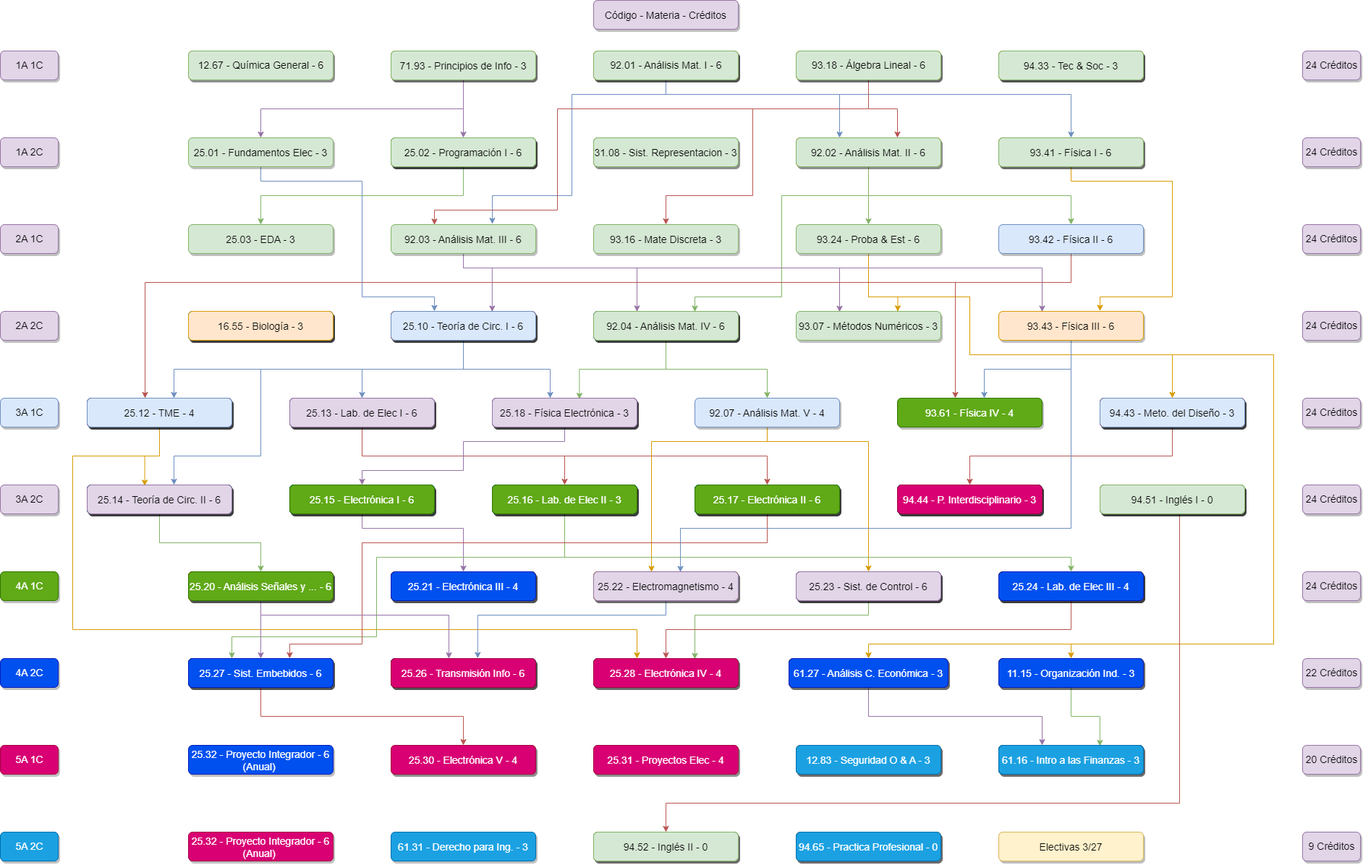
Earlier version of the draw.io export K22.drawio.png (juanipla/K22). Source tidied: cells renumbered, new cells last; positions are measured from the earlier drawing's top-left corner, leaving out a move shared by most shapes.
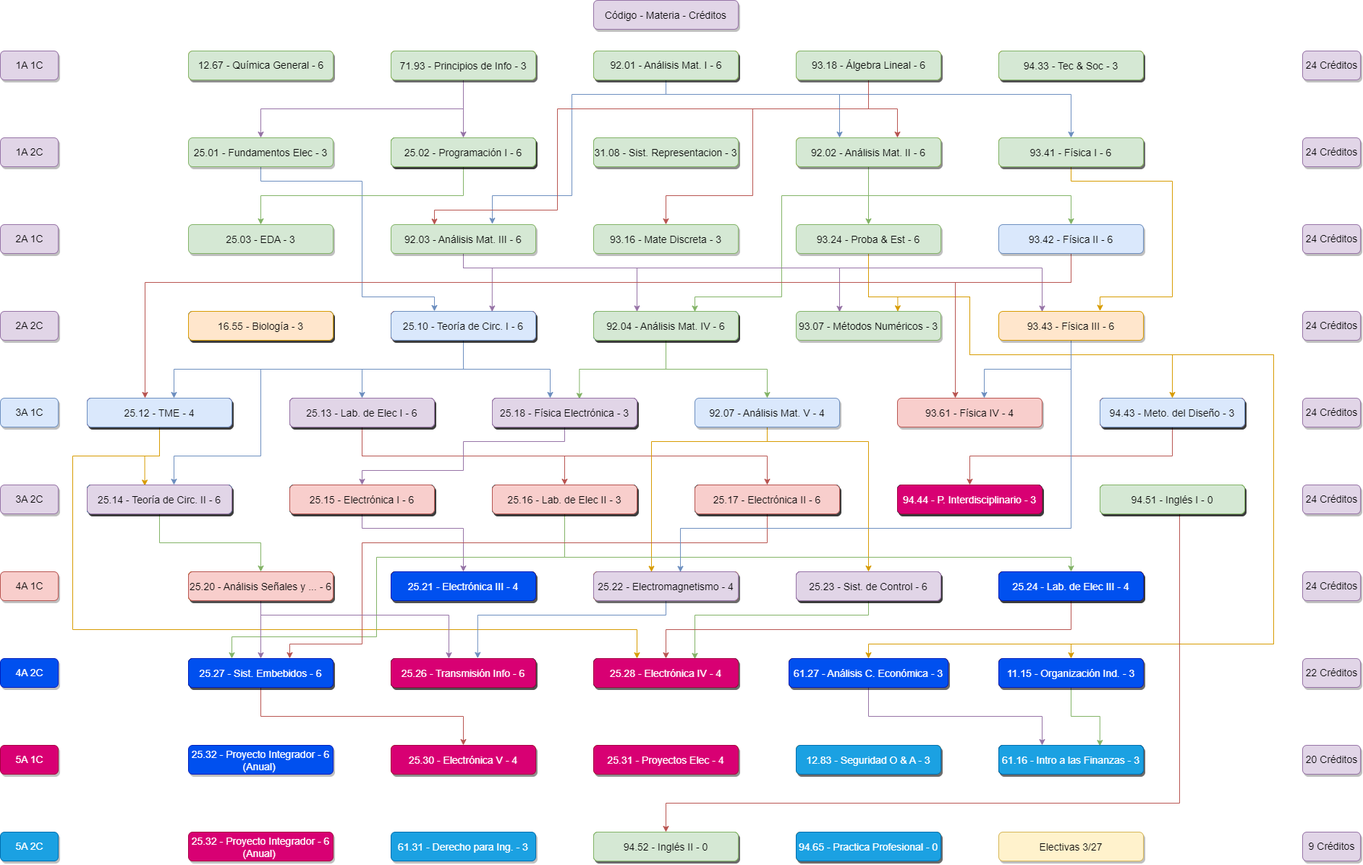
After the change.

What changed in the source:
```diff
@@ -277,7 +277,7 @@
     <mxCell id="47" value="3A 2C" style="rounded=1;fillColor=#e1d5e7;strokeColor=#9673a6;shadow=1;fontStyle=0;fontSize=14;labelBorderColor=none;labelBackgroundColor=none;html=1;" parent="1" vertex="1">
       <mxGeometry y="670" width="80" height="40" as="geometry" />
     </mxCell>
-    <mxCell id="48" value="4A 1C" style="rounded=1;fillColor=#60a917;strokeColor=#2D7600;shadow=1;fontStyle=0;fontSize=14;labelBorderColor=none;labelBackgroundColor=none;html=1;fontColor=#ffffff;" parent="1" vertex="1">
+    <mxCell id="48" value="4A 1C" style="rounded=1;fillColor=#f8cecc;strokeColor=#b85450;shadow=1;fontStyle=0;fontSize=14;labelBorderColor=none;labelBackgroundColor=none;html=1;" parent="1" vertex="1">
       <mxGeometry y="790" width="80" height="40" as="geometry" />
     </mxCell>
     <mxCell id="49" value="4A 2C" style="rounded=1;fillColor=#0050ef;strokeColor=#001DBC;shadow=1;fontStyle=0;fontSize=14;labelBorderColor=none;labelBackgroundColor=none;html=1;fontColor=#ffffff;" parent="1" vertex="1">
@@ -357,7 +357,7 @@
     <mxCell id="62" value="92.07 - Análisis Mat. V - 4" style="rounded=1;fillColor=#dae8fc;strokeColor=#6c8ebf;shadow=1;fontStyle=0;fontSize=14;labelBorderColor=none;labelBackgroundColor=none;verticalAlign=middle;" parent="1" vertex="1">
       <mxGeometry x="960" y="550" width="200" height="40" as="geometry" />
     </mxCell>
-    <mxCell id="63" value="93.61 - Física IV - 4" style="rounded=1;fillColor=#60a917;strokeColor=#2D7600;shadow=1;fontStyle=0;fontSize=14;labelBorderColor=none;labelBackgroundColor=none;verticalAlign=middle;fontColor=#ffffff;" parent="1" vertex="1">
+    <mxCell id="63" value="93.61 - Física IV - 4" style="rounded=1;fillColor=#f8cecc;strokeColor=#b85450;shadow=1;fontStyle=0;fontSize=14;labelBorderColor=none;labelBackgroundColor=none;verticalAlign=middle;" parent="1" vertex="1">
       <mxGeometry x="1240" y="550" width="200" height="40" as="geometry" />
     </mxCell>
     <mxCell id="64" style="edgeStyle=orthogonalEdgeStyle;rounded=0;jumpStyle=none;jettySize=auto;html=1;fillColor=#f8cecc;strokeColor=#b85450;" parent="1" edge="1" source="65" target="75">
@@ -874,13 +874,13 @@
     <mxCell id="201" value="25.14 - Teoría de Circ. II - 6" style="rounded=1;fillColor=#e1d5e7;strokeColor=#9673a6;shadow=1;fontStyle=0;fontSize=14;labelBorderColor=none;labelBackgroundColor=none;" parent="1" vertex="1">
       <mxGeometry x="120" y="670" width="200" height="40" as="geometry" />
     </mxCell>
-    <mxCell id="202" value="25.15 - Electrónica I - 6" style="rounded=1;fillColor=#60a917;strokeColor=#2D7600;shadow=1;fontStyle=0;fontSize=14;labelBorderColor=none;labelBackgroundColor=none;fontColor=#ffffff;" parent="1" vertex="1">
+    <mxCell id="202" value="25.15 - Electrónica I - 6" style="rounded=1;fillColor=#f8cecc;strokeColor=#b85450;shadow=1;fontStyle=0;fontSize=14;labelBorderColor=none;labelBackgroundColor=none;" parent="1" vertex="1">
       <mxGeometry x="400" y="670" width="200" height="40" as="geometry" />
     </mxCell>
-    <mxCell id="203" value="25.16 - Lab. de Elec II - 3" style="rounded=1;fillColor=#60a917;strokeColor=#2D7600;shadow=1;fontStyle=0;fontSize=14;labelBorderColor=none;labelBackgroundColor=none;verticalAlign=middle;fontColor=#ffffff;" parent="1" vertex="1">
+    <mxCell id="203" value="25.16 - Lab. de Elec II - 3" style="rounded=1;fillColor=#f8cecc;strokeColor=#b85450;shadow=1;fontStyle=0;fontSize=14;labelBorderColor=none;labelBackgroundColor=none;verticalAlign=middle;" parent="1" vertex="1">
       <mxGeometry x="680" y="670" width="200" height="40" as="geometry" />
     </mxCell>
-    <mxCell id="204" value="25.17 - Electrónica II - 6" style="rounded=1;fillColor=#60a917;strokeColor=#2D7600;shadow=1;fontStyle=0;fontSize=14;labelBorderColor=none;labelBackgroundColor=none;verticalAlign=middle;fontColor=#ffffff;" parent="1" vertex="1">
+    <mxCell id="204" value="25.17 - Electrónica II - 6" style="rounded=1;fillColor=#f8cecc;strokeColor=#b85450;shadow=1;fontStyle=0;fontSize=14;labelBorderColor=none;labelBackgroundColor=none;verticalAlign=middle;" parent="1" vertex="1">
       <mxGeometry x="960" y="670" width="200" height="40" as="geometry" />
     </mxCell>
     <mxCell id="205" value="94.44 - P. Interdisciplinario - 3" style="rounded=1;fillColor=#d80073;strokeColor=#A50040;shadow=1;fontStyle=0;fontSize=14;labelBorderColor=none;labelBackgroundColor=none;verticalAlign=middle;fontColor=#ffffff;" parent="1" vertex="1">
@@ -898,7 +898,7 @@
     <mxCell id="209" value="25.21 - Electrónica III - 4" style="rounded=1;fillColor=#0050ef;strokeColor=#001DBC;shadow=1;fontStyle=0;fontSize=14;labelBorderColor=none;labelBackgroundColor=none;fontColor=#ffffff;" parent="1" vertex="1">
       <mxGeometry x="540" y="790" width="200" height="40" as="geometry" />
     </mxCell>
-    <mxCell id="210" value="25.20 - Análisis Señales y ... - 6" style="rounded=1;fillColor=#60a917;strokeColor=#2D7600;shadow=1;fontStyle=0;fontSize=14;labelBorderColor=none;labelBackgroundColor=none;fontColor=#ffffff;" parent="1" vertex="1">
+    <mxCell id="210" value="25.20 - Análisis Señales y ... - 6" style="rounded=1;fillColor=#f8cecc;strokeColor=#b85450;shadow=1;fontStyle=0;fontSize=14;labelBorderColor=none;labelBackgroundColor=none;" parent="1" vertex="1">
       <mxGeometry x="260" y="790" width="200" height="40" as="geometry" />
     </mxCell>
     <mxCell id="211" value="25.27 - Sist. Embebidos - 6" style="rounded=1;fillColor=#0050ef;strokeColor=#001DBC;shadow=1;fontStyle=0;fontSize=14;labelBorderColor=none;labelBackgroundColor=none;fontColor=#ffffff;" parent="1" vertex="1">
```
